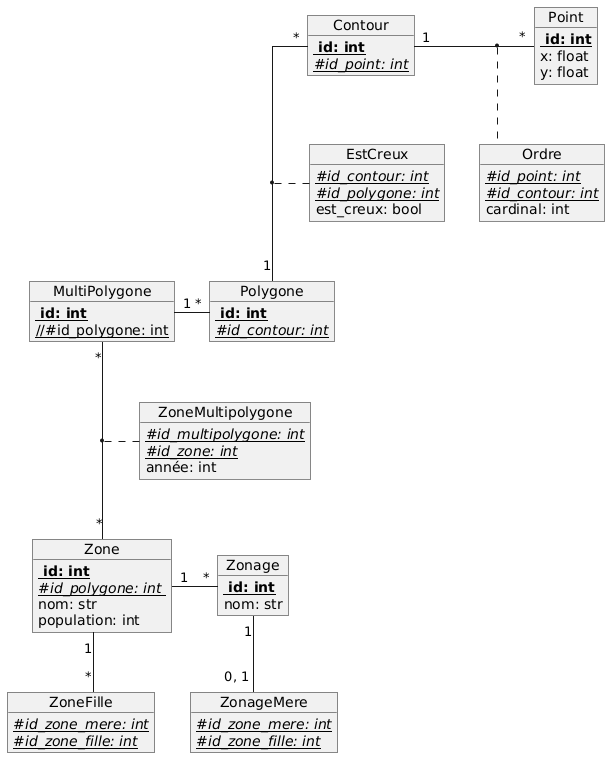
antoni-guardia/ENSAI_ProjetInfo2A keeps this PlantUML diagram as doc/diagrammes/diagramme_entite_relation.png. Above is the earlier version.
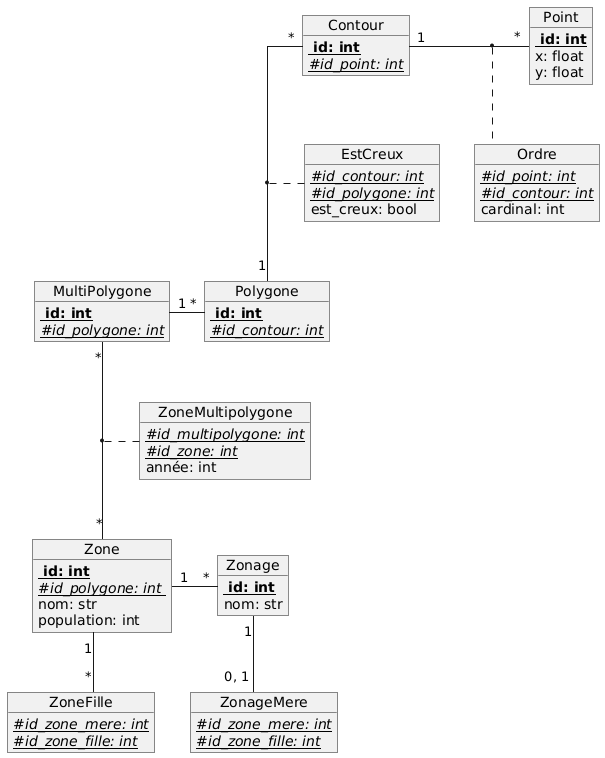
After the commit.

The edit, as a diff of the source:
```diff
@@ -23,7 +23,7 @@
 
 object MultiPolygone{
 <b> {Static} id: int
-{Static}//#id_polygone: int
+{Static}//#id_polygone: int//
 }
 
 object Polygone{
```
